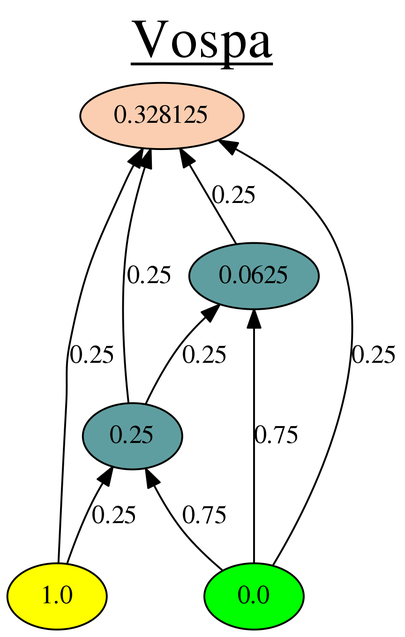
Above: GuiTool/image/Vospa/VospaDot.png in iitramar/guiTool (Graphviz), before the change. Its source is kept beside it as GuiTool/image/Vospa/VospaDot.dot.
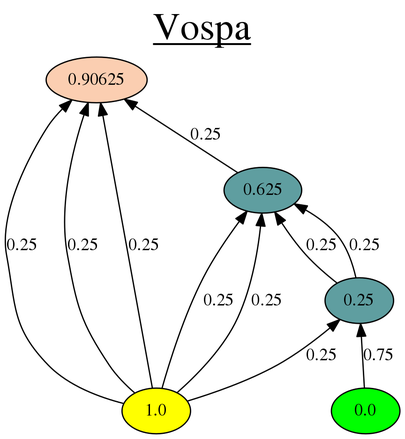
After the change.

What changed in the source:
```diff
@@ -6,18 +6,23 @@
 1.0->0.25[label=0.25];
 0.0[style=filled, fillcolor=green];
 0.0->0.25[label=0.75];
-0.25->0.0625[label=0.25];
-0.0[style=filled, fillcolor=green];
-0.0->0.0625[label=0.75];
-0.328125 [style=filled, fillcolor=white];
-1.0->0.328125[label=0.25];
-0.328125 [style=filled, fillcolor=white];
-0.25->0.328125[label=0.25];
-0.328125 [style=filled, fillcolor=white];
-0.0625->0.328125[label=0.25];
-0.328125 [style=filled, fillcolor=white];
-0.0->0.328125[label=0.25];
-0.328125 [style=filled, fillcolor="#FBCEB1"];
-0.0625[style=filled, fillcolor="#5F9EA0"];
+0.625 [style=filled, fillcolor=white];
+1.0->0.625[label=0.25];
+0.625 [style=filled, fillcolor=white];
+1.0->0.625[label=0.25];
+0.625 [style=filled, fillcolor=white];
+0.25->0.625[label=0.25];
+0.625 [style=filled, fillcolor=white];
+0.25->0.625[label=0.25];
+0.625[style=filled, fillcolor="#5F9EA0"];
+0.90625 [style=filled, fillcolor=white];
+1.0->0.90625[label=0.25];
+0.90625 [style=filled, fillcolor=white];
+1.0->0.90625[label=0.25];
+0.90625 [style=filled, fillcolor=white];
+1.0->0.90625[label=0.25];
+0.90625 [style=filled, fillcolor=white];
+0.625->0.90625[label=0.25];
+0.90625 [style=filled, fillcolor="#FBCEB1"];
 0.25[style=filled, fillcolor="#5F9EA0"];
 }
```
